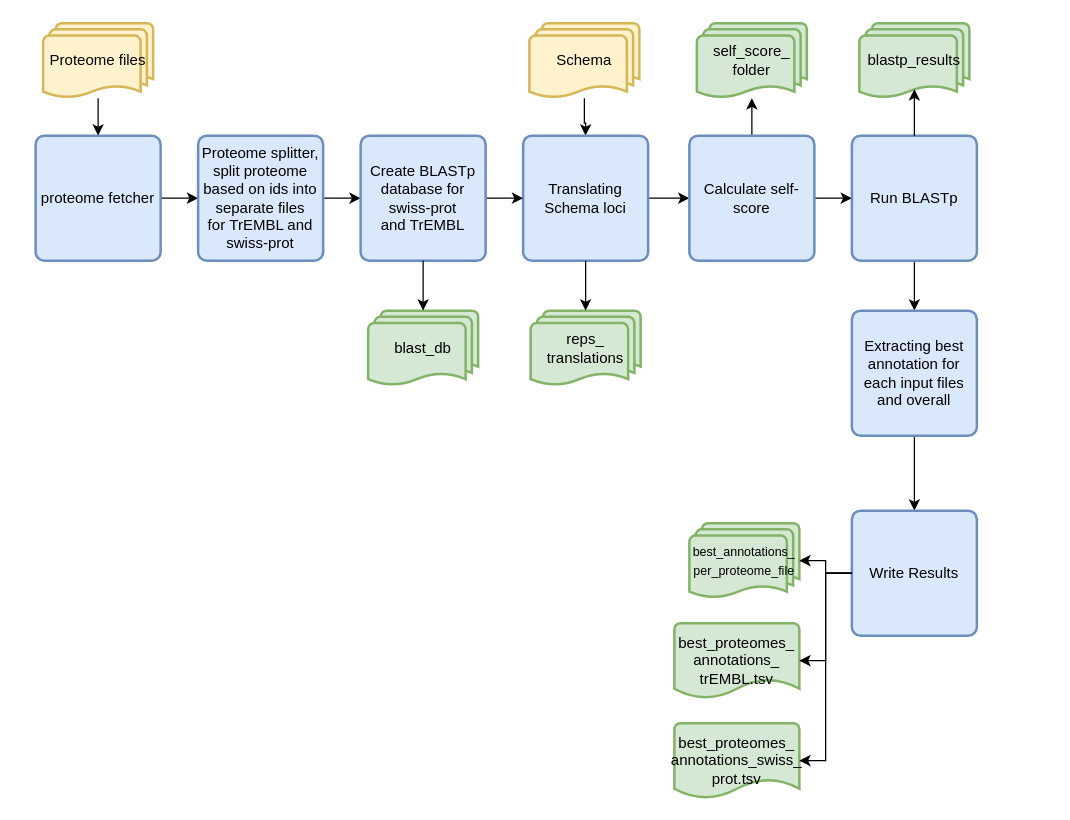
The draw.io diagram SchemaRefinery/docs/user/modules/source/uniprot_proteomes_annotation.drawio in B-UMMI/Schema_Refinery, before the edit. Source tidied: cells renumbered, new cells numbered last; positions are measured from the earlier drawing's top-left corner, leaving out a move shared by most shapes. Both pictures are drawn from the tidied source at 125%, with x=0, y=0 at pixel (35, 22).
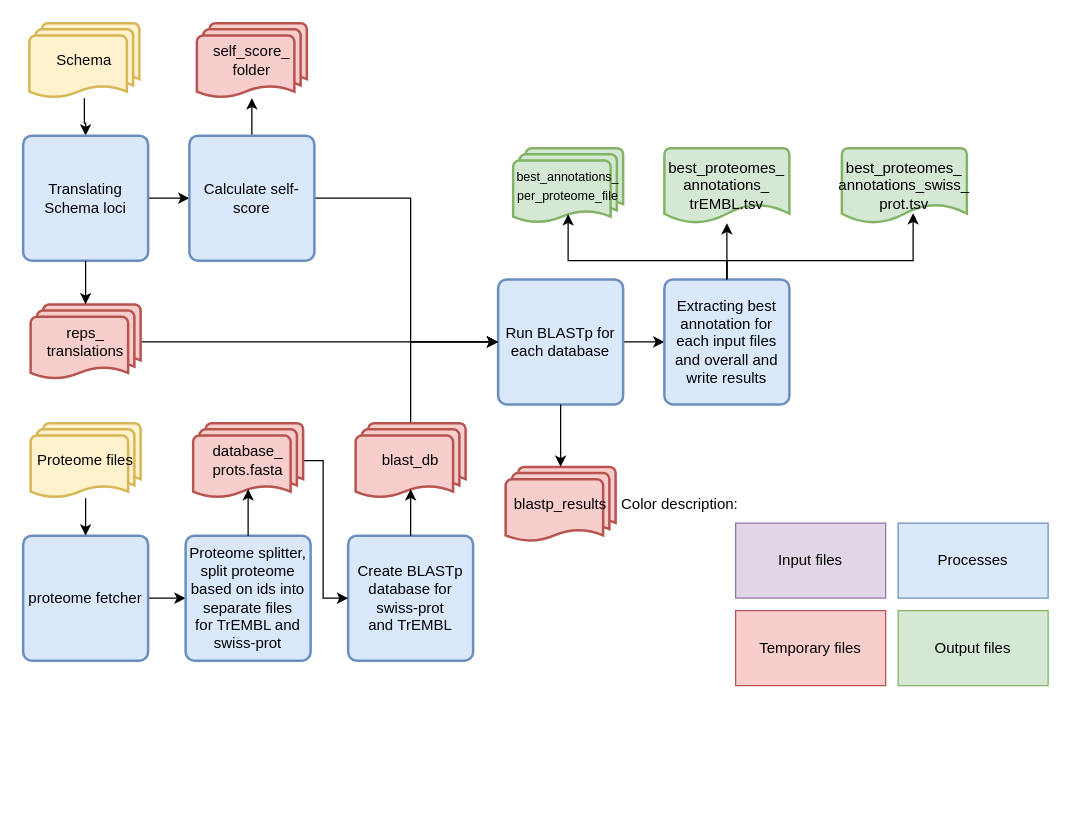
The same page after the edit.

The edit, as a diff of the source:
```diff
@@
     <mxCell id="3" value="proteome fetcher" style="rounded=1;whiteSpace=wrap;html=1;absoluteArcSize=1;arcSize=14;strokeWidth=2;fillColor=#dae8fc;strokeColor=#6c8ebf;" parent="1" vertex="1">
-      <mxGeometry y="90" width="100" height="100" as="geometry" />
+      <mxGeometry x="-10" y="410" width="100" height="100" as="geometry" />
     </mxCell>
@@
     <mxCell id="5" value="Proteome files" style="strokeWidth=2;html=1;shape=mxgraph.flowchart.multi-document;whiteSpace=wrap;fillColor=#fff2cc;strokeColor=#d6b656;" parent="1" vertex="1">
-      <mxGeometry x="6" width="88" height="60" as="geometry" />
+      <mxGeometry x="-4" y="320" width="88" height="60" as="geometry" />
     </mxCell>
-    <mxCell id="6" style="edgeStyle=orthogonalEdgeStyle;rounded=0;jettySize=auto;html=1;entryX=0;entryY=0.5;entryDx=0;entryDy=0;" parent="1" edge="1" source="7" target="24">
-      <mxGeometry relative="1" as="geometry" />
-    </mxCell>
     <mxCell id="7" value="Proteome splitter, split proteome based on ids into separate files for&amp;nbsp;TrEMBL and swiss-prot" style="rounded=1;whiteSpace=wrap;html=1;absoluteArcSize=1;arcSize=14;strokeWidth=2;fillColor=#dae8fc;strokeColor=#6c8ebf;" parent="1" vertex="1">
-      <mxGeometry x="130" y="90" width="100" height="100" as="geometry" />
+      <mxGeometry x="120" y="410" width="100" height="100" as="geometry" />
     </mxCell>
-    <mxCell id="8" style="edgeStyle=orthogonalEdgeStyle;rounded=0;jettySize=auto;html=1;" parent="1" edge="1" source="9" target="17">
-      <mxGeometry relative="1" as="geometry" />
-    </mxCell>
+    <mxCell id="35" style="edgeStyle=orthogonalEdgeStyle;rounded=0;jettySize=auto;html=1;entryX=0;entryY=0.5;entryDx=0;entryDy=0;" parent="1" edge="1" source="9" target="18">
+      <mxGeometry relative="1" as="geometry" />
+    </mxCell>
-    <mxCell id="9" value="Run BLASTp" style="rounded=1;whiteSpace=wrap;html=1;absoluteArcSize=1;arcSize=14;strokeWidth=2;fillColor=#dae8fc;strokeColor=#6c8ebf;" parent="1" vertex="1">
-      <mxGeometry x="653" y="90" width="100" height="100" as="geometry" />
+    <mxCell id="9" value="Run BLASTp for each database" style="rounded=1;whiteSpace=wrap;html=1;absoluteArcSize=1;arcSize=14;strokeWidth=2;fillColor=#dae8fc;strokeColor=#6c8ebf;" parent="1" vertex="1">
+      <mxGeometry x="370" y="205" width="100" height="100" as="geometry" />
     </mxCell>
@@
     <mxCell id="11" value="Schema" style="strokeWidth=2;html=1;shape=mxgraph.flowchart.multi-document;whiteSpace=wrap;fillColor=#fff2cc;strokeColor=#d6b656;" parent="1" vertex="1">
-      <mxGeometry x="395" width="88" height="60" as="geometry" />
+      <mxGeometry x="-5" width="88" height="60" as="geometry" />
     </mxCell>
@@
     <mxCell id="13" value="Translating Schema loci" style="rounded=1;whiteSpace=wrap;html=1;absoluteArcSize=1;arcSize=14;strokeWidth=2;fillColor=#dae8fc;strokeColor=#6c8ebf;" parent="1" vertex="1">
-      <mxGeometry x="390" y="90" width="100" height="100" as="geometry" />
+      <mxGeometry x="-10" y="90" width="100" height="100" as="geometry" />
     </mxCell>
+    <mxCell id="36" style="edgeStyle=orthogonalEdgeStyle;rounded=0;jettySize=auto;html=1;entryX=0;entryY=0.5;entryDx=0;entryDy=0;" parent="1" edge="1" source="14" target="9">
+      <mxGeometry relative="1" as="geometry" />
+    </mxCell>
-    <mxCell id="14" value="reps_&lt;div&gt;translations&lt;/div&gt;" style="strokeWidth=2;html=1;shape=mxgraph.flowchart.multi-document;whiteSpace=wrap;fillColor=#d5e8d4;strokeColor=#82b366;" parent="1" vertex="1">
-      <mxGeometry x="396" y="230" width="88" height="60" as="geometry" />
+    <mxCell id="14" value="reps_&lt;div&gt;translations&lt;/div&gt;" style="strokeWidth=2;html=1;shape=mxgraph.flowchart.multi-document;whiteSpace=wrap;fillColor=#f8cecc;strokeColor=#b85450;" parent="1" vertex="1">
+      <mxGeometry x="-4" y="225" width="88" height="60" as="geometry" />
     </mxCell>
@@
-    <mxCell id="16" style="edgeStyle=orthogonalEdgeStyle;rounded=0;jettySize=auto;html=1;entryX=0.5;entryY=0;entryDx=0;entryDy=0;" parent="1" edge="1" source="17" target="18">
-      <mxGeometry relative="1" as="geometry" />
-    </mxCell>
-    <mxCell id="17" value="Extracting best annotation for each input files and overall" style="rounded=1;whiteSpace=wrap;html=1;absoluteArcSize=1;arcSize=14;strokeWidth=2;fillColor=#dae8fc;strokeColor=#6c8ebf;" parent="1" vertex="1">
-      <mxGeometry x="653" y="230" width="100" height="100" as="geometry" />
-    </mxCell>
+    <mxCell id="29" style="edgeStyle=orthogonalEdgeStyle;rounded=0;jettySize=auto;html=1;" parent="1" edge="1" source="18" target="28">
+      <mxGeometry relative="1" as="geometry" />
+    </mxCell>
-    <mxCell id="18" value="Write Results" style="rounded=1;whiteSpace=wrap;html=1;absoluteArcSize=1;arcSize=14;strokeWidth=2;fillColor=#dae8fc;strokeColor=#6c8ebf;" parent="1" vertex="1">
-      <mxGeometry x="653" y="390" width="100" height="100" as="geometry" />
+    <mxCell id="18" value="Extracting best annotation for each input files and overall and write results" style="rounded=1;whiteSpace=wrap;html=1;absoluteArcSize=1;arcSize=14;strokeWidth=2;fillColor=#dae8fc;strokeColor=#6c8ebf;" parent="1" vertex="1">
+      <mxGeometry x="503" y="205" width="100" height="100" as="geometry" />
     </mxCell>
     <mxCell id="19" value="&lt;span style=&quot;font-size: 10px;&quot;&gt;best_annotations_&lt;/span&gt;&lt;div&gt;&lt;span style=&quot;font-size: 10px;&quot;&gt;per_proteome_file&lt;/span&gt;&lt;/div&gt;" style="strokeWidth=2;html=1;shape=mxgraph.flowchart.multi-document;whiteSpace=wrap;fillColor=#d5e8d4;strokeColor=#82b366;" parent="1" vertex="1">
-      <mxGeometry x="523" y="400" width="88" height="60" as="geometry" />
+      <mxGeometry x="382" y="100" width="88" height="60" as="geometry" />
     </mxCell>
-    <mxCell id="20" style="edgeStyle=orthogonalEdgeStyle;rounded=0;jettySize=auto;html=1;entryX=1;entryY=0.5;entryDx=0;entryDy=0;entryPerimeter=0;" parent="1" edge="1" source="18" target="19">
-      <mxGeometry relative="1" as="geometry" />
-    </mxCell>
     <mxCell id="21" value="best_proteomes_&lt;div&gt;annotations_swiss_&lt;/div&gt;&lt;div&gt;prot.tsv&lt;/div&gt;" style="strokeWidth=2;html=1;shape=mxgraph.flowchart.document2;whiteSpace=wrap;size=0.25;fillColor=#d5e8d4;strokeColor=#82b366;" parent="1" vertex="1">
-      <mxGeometry x="511" y="560" width="100" height="60" as="geometry" />
+      <mxGeometry x="645" y="100" width="100" height="60" as="geometry" />
     </mxCell>
-    <mxCell id="22" style="edgeStyle=orthogonalEdgeStyle;rounded=0;jettySize=auto;html=1;entryX=1;entryY=0.5;entryDx=0;entryDy=0;entryPerimeter=0;" parent="1" edge="1" source="18" target="21">
-      <mxGeometry relative="1" as="geometry" />
-    </mxCell>
-    <mxCell id="23" style="edgeStyle=orthogonalEdgeStyle;rounded=0;jettySize=auto;html=1;entryX=0;entryY=0.5;entryDx=0;entryDy=0;" parent="1" edge="1" source="24" target="13">
-      <mxGeometry relative="1" as="geometry" />
-    </mxCell>
     <mxCell id="24" value="Create BLASTp database for swiss-prot and&amp;nbsp;TrEMBL" style="rounded=1;whiteSpace=wrap;html=1;absoluteArcSize=1;arcSize=14;strokeWidth=2;fillColor=#dae8fc;strokeColor=#6c8ebf;" parent="1" vertex="1">
-      <mxGeometry x="260" y="90" width="100" height="100" as="geometry" />
+      <mxGeometry x="250" y="410" width="100" height="100" as="geometry" />
     </mxCell>
+    <mxCell id="26" style="edgeStyle=orthogonalEdgeStyle;rounded=0;jettySize=auto;html=1;" parent="1" edge="1" source="27" target="30">
+      <mxGeometry relative="1" as="geometry" />
+    </mxCell>
-    <mxCell id="25" style="edgeStyle=orthogonalEdgeStyle;rounded=0;jettySize=auto;html=1;" parent="1" edge="1" source="27" target="9">
-      <mxGeometry relative="1" as="geometry" />
+    <mxCell id="25" style="edgeStyle=orthogonalEdgeStyle;rounded=0;jettySize=auto;html=1;entryX=0;entryY=0.5;entryDx=0;entryDy=0;" parent="1" edge="1" source="27" target="9">
+      <mxGeometry relative="1" as="geometry">
+        <Array as="points">
+          <mxPoint x="300" y="140" />
+          <mxPoint x="300" y="255" />
+        </Array>
+      </mxGeometry>
     </mxCell>
-    <mxCell id="26" style="edgeStyle=orthogonalEdgeStyle;rounded=0;jettySize=auto;html=1;" parent="1" edge="1" source="27" target="30">
-      <mxGeometry relative="1" as="geometry" />
-    </mxCell>
     <mxCell id="27" value="Calculate self-score" style="rounded=1;whiteSpace=wrap;html=1;absoluteArcSize=1;arcSize=14;strokeWidth=2;fillColor=#dae8fc;strokeColor=#6c8ebf;" parent="1" vertex="1">
-      <mxGeometry x="523" y="90" width="100" height="100" as="geometry" />
+      <mxGeometry x="123" y="90" width="100" height="100" as="geometry" />
     </mxCell>
     <mxCell id="28" value="best_proteomes_&lt;div&gt;annotations_&lt;/div&gt;&lt;div&gt;trEMBL.tsv&lt;/div&gt;" style="strokeWidth=2;html=1;shape=mxgraph.flowchart.document2;whiteSpace=wrap;size=0.25;fillColor=#d5e8d4;strokeColor=#82b366;" parent="1" vertex="1">
-      <mxGeometry x="511" y="480" width="100" height="60" as="geometry" />
+      <mxGeometry x="503" y="100" width="100" height="60" as="geometry" />
     </mxCell>
-    <mxCell id="29" style="edgeStyle=orthogonalEdgeStyle;rounded=0;jettySize=auto;html=1;entryX=1;entryY=0.5;entryDx=0;entryDy=0;entryPerimeter=0;" parent="1" edge="1" source="18" target="28">
-      <mxGeometry relative="1" as="geometry" />
-    </mxCell>
-    <mxCell id="30" value="self_score_&lt;div&gt;folder&lt;/div&gt;" style="strokeWidth=2;html=1;shape=mxgraph.flowchart.multi-document;whiteSpace=wrap;fillColor=#d5e8d4;strokeColor=#82b366;" parent="1" vertex="1">
-      <mxGeometry x="529" width="88" height="60" as="geometry" />
+    <mxCell id="30" value="self_score_&lt;div&gt;folder&lt;/div&gt;" style="strokeWidth=2;html=1;shape=mxgraph.flowchart.multi-document;whiteSpace=wrap;fillColor=#f8cecc;strokeColor=#b85450;" parent="1" vertex="1">
+      <mxGeometry x="129" width="88" height="60" as="geometry" />
     </mxCell>
-    <mxCell id="31" value="blastp_results" style="strokeWidth=2;html=1;shape=mxgraph.flowchart.multi-document;whiteSpace=wrap;fillColor=#d5e8d4;strokeColor=#82b366;" parent="1" vertex="1">
-      <mxGeometry x="659" width="88" height="60" as="geometry" />
+    <mxCell id="31" value="blastp_results" style="strokeWidth=2;html=1;shape=mxgraph.flowchart.multi-document;whiteSpace=wrap;fillColor=#f8cecc;strokeColor=#b85450;" parent="1" vertex="1">
+      <mxGeometry x="376" y="355" width="88" height="60" as="geometry" />
     </mxCell>
-    <mxCell id="32" style="edgeStyle=orthogonalEdgeStyle;rounded=0;jettySize=auto;html=1;entryX=0.5;entryY=0.88;entryDx=0;entryDy=0;entryPerimeter=0;" parent="1" edge="1" source="9" target="31">
-      <mxGeometry relative="1" as="geometry" />
-    </mxCell>
+    <mxCell id="37" style="edgeStyle=orthogonalEdgeStyle;rounded=0;jettySize=auto;html=1;entryX=0;entryY=0.5;entryDx=0;entryDy=0;" parent="1" edge="1" source="33" target="9">
+      <mxGeometry relative="1" as="geometry">
+        <Array as="points">
+          <mxPoint x="300" y="255" />
+        </Array>
+      </mxGeometry>
+    </mxCell>
-    <mxCell id="33" value="blast_db" style="strokeWidth=2;html=1;shape=mxgraph.flowchart.multi-document;whiteSpace=wrap;fillColor=#d5e8d4;strokeColor=#82b366;" parent="1" vertex="1">
-      <mxGeometry x="266" y="230" width="88" height="60" as="geometry" />
+    <mxCell id="33" value="blast_db" style="strokeWidth=2;html=1;shape=mxgraph.flowchart.multi-document;whiteSpace=wrap;fillColor=#f8cecc;strokeColor=#b85450;" parent="1" vertex="1">
+      <mxGeometry x="256" y="320" width="88" height="60" as="geometry" />
     </mxCell>
-    <mxCell id="34" style="edgeStyle=orthogonalEdgeStyle;rounded=0;jettySize=auto;html=1;entryX=0.5;entryY=0;entryDx=0;entryDy=0;entryPerimeter=0;" parent="1" edge="1" source="24" target="33">
+    <mxCell id="34" style="edgeStyle=orthogonalEdgeStyle;rounded=0;jettySize=auto;html=1;entryX=0.5;entryY=0.88;entryDx=0;entryDy=0;entryPerimeter=0;" parent="1" edge="1" source="24" target="33">
       <mxGeometry relative="1" as="geometry" />
     </mxCell>
+    <mxCell id="38" value="Processes" style="rounded=0;whiteSpace=wrap;html=1;fillColor=#dae8fc;strokeColor=#6c8ebf;" parent="1" vertex="1">
+      <mxGeometry x="690" y="400" width="120" height="60" as="geometry" />
+    </mxCell>
+    <mxCell id="39" value="Temporary files" style="rounded=0;whiteSpace=wrap;html=1;fillColor=#f8cecc;strokeColor=#b85450;" parent="1" vertex="1">
+      <mxGeometry x="560" y="470" width="120" height="60" as="geometry" />
+    </mxCell>
+    <mxCell id="40" value="Input files" style="rounded=0;whiteSpace=wrap;html=1;fillColor=#e1d5e7;strokeColor=#9673a6;" parent="1" vertex="1">
+      <mxGeometry x="560" y="400" width="120" height="60" as="geometry" />
+    </mxCell>
+    <mxCell id="41" value="Output files" style="rounded=0;whiteSpace=wrap;html=1;fillColor=#d5e8d4;strokeColor=#82b366;" parent="1" vertex="1">
+      <mxGeometry x="690" y="470" width="120" height="60" as="geometry" />
+    </mxCell>
+    <mxCell id="42" value="Color description:" style="text;html=1;align=center;verticalAlign=middle;strokeColor=none;fillColor=none;" parent="1" vertex="1">
+      <mxGeometry x="460" y="370" width="110" height="30" as="geometry" />
+    </mxCell>
+    <mxCell id="32" style="edgeStyle=orthogonalEdgeStyle;rounded=0;jettySize=auto;html=1;entryX=0.5;entryY=0;entryDx=0;entryDy=0;entryPerimeter=0;" parent="1" edge="1" source="9" target="31">
+      <mxGeometry relative="1" as="geometry" />
+    </mxCell>
+    <mxCell id="22" style="edgeStyle=orthogonalEdgeStyle;rounded=0;jettySize=auto;html=1;entryX=0.57;entryY=0.867;entryDx=0;entryDy=0;entryPerimeter=0;" parent="1" edge="1" source="18" target="21">
+      <mxGeometry relative="1" as="geometry">
+        <Array as="points">
+          <mxPoint x="553" y="190" />
+          <mxPoint x="702" y="190" />
+        </Array>
+      </mxGeometry>
+    </mxCell>
+    <mxCell id="20" style="edgeStyle=orthogonalEdgeStyle;rounded=0;jettySize=auto;html=1;entryX=0.5;entryY=0.88;entryDx=0;entryDy=0;entryPerimeter=0;" parent="1" edge="1" source="18" target="19">
+      <mxGeometry relative="1" as="geometry">
+        <Array as="points">
+          <mxPoint x="553" y="190" />
+          <mxPoint x="426" y="190" />
+        </Array>
+      </mxGeometry>
+    </mxCell>
+    <mxCell id="43" style="edgeStyle=orthogonalEdgeStyle;rounded=0;jettySize=auto;html=1;entryX=0;entryY=0.5;entryDx=0;entryDy=0;" parent="1" edge="1" source="44" target="24">
+      <mxGeometry relative="1" as="geometry">
+        <Array as="points">
+          <mxPoint x="230" y="350" />
+          <mxPoint x="230" y="460" />
+        </Array>
+      </mxGeometry>
+    </mxCell>
+    <mxCell id="44" value="database_&lt;div&gt;prots.fasta&lt;/div&gt;" style="strokeWidth=2;html=1;shape=mxgraph.flowchart.multi-document;whiteSpace=wrap;fillColor=#f8cecc;strokeColor=#b85450;" parent="1" vertex="1">
+      <mxGeometry x="126" y="320" width="88" height="60" as="geometry" />
+    </mxCell>
+    <mxCell id="45" style="edgeStyle=orthogonalEdgeStyle;rounded=0;jettySize=auto;html=1;entryX=0.5;entryY=0.88;entryDx=0;entryDy=0;entryPerimeter=0;" parent="1" edge="1" source="7" target="44">
+      <mxGeometry relative="1" as="geometry" />
+    </mxCell>
```
